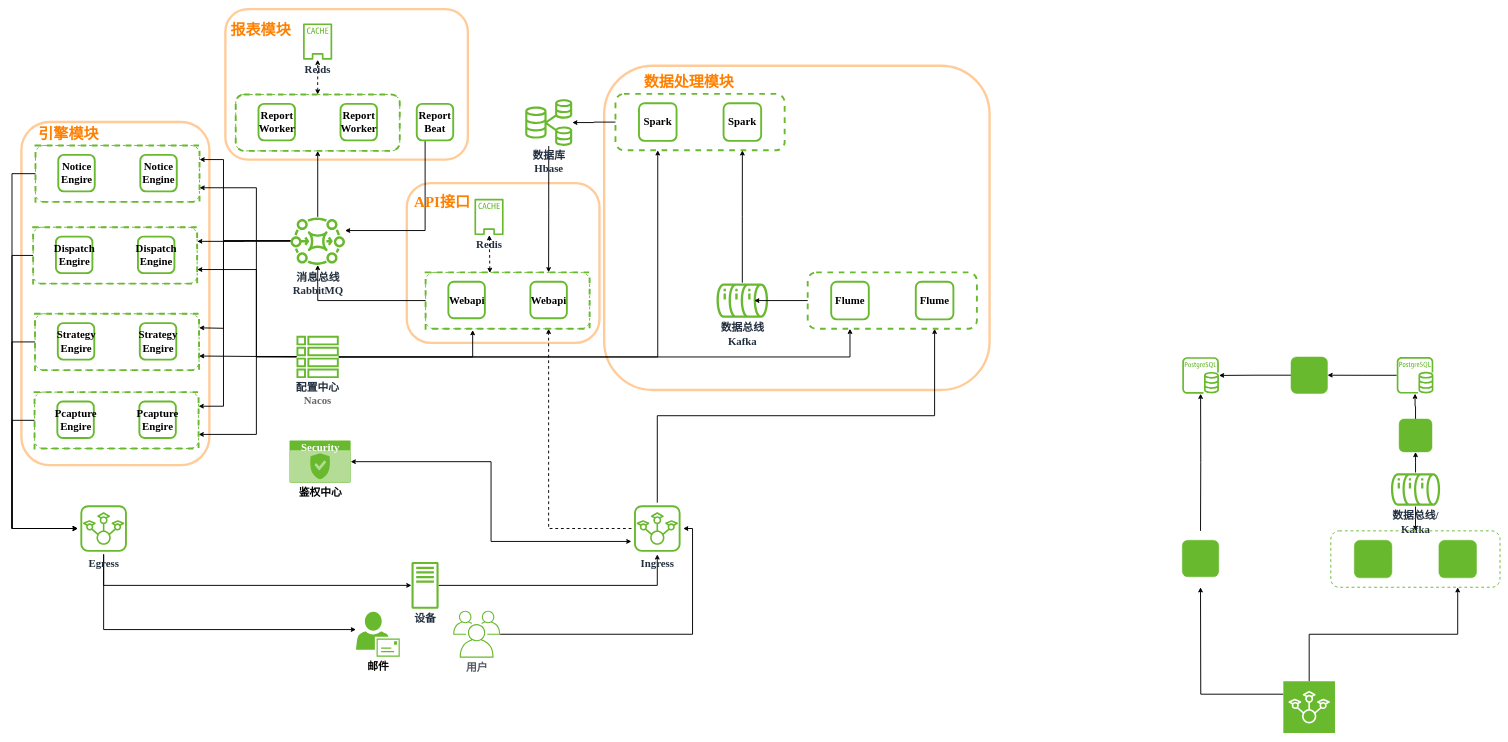
This is arch-2023.drawio from caihuayu0322/drawio-github, a draw.io file, before an edit. Source tidied: cells renumbered, new cells numbered last; positions are measured from the earlier drawing's top-left corner, leaving out a move shared by most shapes. Both pictures are drawn from the tidied source at 47%, with x=0, y=0 at pixel (12, 9).
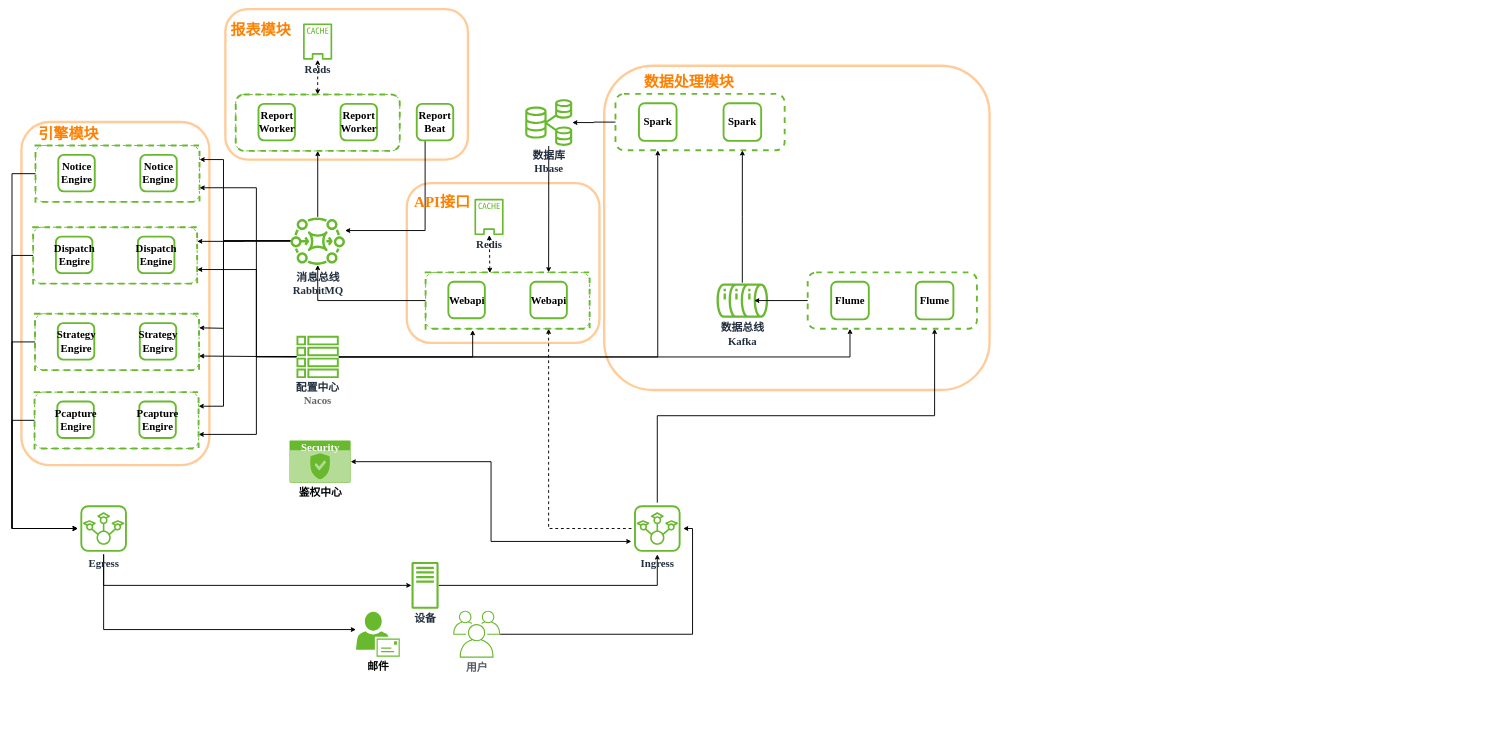
Above is the later version.

Change to the diagram source:
```diff
@@
-    <mxCell id="60" style="edgeStyle=orthogonalEdgeStyle;rounded=0;jettySize=auto;html=1;strokeColor=#000000;entryX=1;entryY=0.5;entryDx=0;entryDy=0;strokeWidth=2;fontStyle=1;fontFamily=Garamond;fontSize=23;" parent="1" edge="1" source="61" target="78">
-      <mxGeometry relative="1" as="geometry" />
-    </mxCell>
-    <mxCell id="61" style="sketch=0;outlineConnect=0;fontColor=#232F3E;gradientColor=none;fillColor=#68B92E;strokeColor=none;dashed=0;verticalLabelPosition=bottom;verticalAlign=top;align=center;html=1;fontSize=23;fontStyle=1;shape=mxgraph.aws4.rds_postgresql_instance;fontFamily=Garamond;" parent="1" vertex="1">
-      <mxGeometry x="2946.3" y="740" width="78" height="78" as="geometry" />
-    </mxCell>
-    <mxCell id="62" style="sketch=0;outlineConnect=0;fontColor=#232F3E;gradientColor=none;fillColor=#68B92E;strokeColor=none;dashed=0;verticalLabelPosition=bottom;verticalAlign=top;align=center;html=1;fontSize=23;fontStyle=1;shape=mxgraph.aws4.rds_postgresql_instance;fontFamily=Garamond;" parent="1" vertex="1">
-      <mxGeometry x="2490" y="740.3" width="78" height="78" as="geometry" />
-    </mxCell>
-    <mxCell id="63" style="edgeStyle=orthogonalEdgeStyle;rounded=0;jettySize=auto;html=1;exitX=0.5;exitY=1;exitDx=0;exitDy=0;exitPerimeter=0;entryX=0.75;entryY=1;entryDx=0;entryDy=0;strokeWidth=2;fontStyle=1;fontFamily=Garamond;fontSize=23;" parent="1" edge="1" source="65" target="73">
-      <mxGeometry relative="1" as="geometry" />
-    </mxCell>
-    <mxCell id="64" style="edgeStyle=orthogonalEdgeStyle;rounded=0;jettySize=auto;html=1;entryX=0.75;entryY=1;entryDx=0;entryDy=0;strokeColor=#000000;strokeWidth=2;exitX=1;exitY=0.75;exitDx=0;exitDy=0;exitPerimeter=0;fontStyle=1;fontFamily=Garamond;fontSize=23;" parent="1" edge="1" source="65">
-      <mxGeometry relative="1" as="geometry">
-        <mxPoint x="2528.8" y="1230" as="targetPoint" />
-      </mxGeometry>
-    </mxCell>
-    <mxCell id="65" style="sketch=0;points=[[0,0,0],[0.25,0,0],[0.5,0,0],[0.75,0,0],[1,0,0],[0,1,0],[0.25,1,0],[0.5,1,0],[0.75,1,0],[1,1,0],[0,0.25,0],[0,0.5,0],[0,0.75,0],[1,0.25,0],[1,0.5,0],[1,0.75,0]];outlineConnect=0;fontColor=#232F3E;gradientColor=none;gradientDirection=north;fillColor=#68B92E;strokeColor=#ffffff;dashed=0;verticalLabelPosition=bottom;verticalAlign=top;align=center;html=1;fontSize=23;fontStyle=1;shape=mxgraph.aws4.resourceIcon;resIcon=mxgraph.aws4.iot_sitewise;rounded=1;strokeWidth=2;direction=west;fontFamily=Garamond;" parent="1" vertex="1">
-      <mxGeometry x="2705" y="1430" width="110" height="110" as="geometry" />
-    </mxCell>
-    <mxCell id="66" style="edgeStyle=orthogonalEdgeStyle;rounded=0;jettySize=auto;html=1;strokeColor=#000000;strokeWidth=2;fontStyle=1;fontFamily=Garamond;fontSize=23;" parent="1" edge="1" source="68" target="73">
-      <mxGeometry relative="1" as="geometry" />
-    </mxCell>
-    <mxCell id="67" style="edgeStyle=orthogonalEdgeStyle;rounded=0;jettySize=auto;html=1;entryX=0.5;entryY=1;entryDx=0;entryDy=0;strokeColor=#000000;strokeWidth=2;fontStyle=1;fontFamily=Garamond;fontSize=23;" parent="1" edge="1" source="68" target="70">
-      <mxGeometry relative="1" as="geometry" />
-    </mxCell>
-    <mxCell id="68" value="数据总线/&lt;br style=&quot;font-size: 23px;&quot;&gt;Kafka" style="sketch=0;outlineConnect=0;fontColor=#232F3E;gradientColor=none;fillColor=#68B92E;strokeColor=none;dashed=0;verticalLabelPosition=bottom;verticalAlign=top;align=center;html=1;fontSize=23;fontStyle=1;shape=mxgraph.aws4.iot_analytics_data_store;rounded=1;strokeWidth=1;direction=south;shadow=0;perimeterSpacing=0;fontFamily=Garamond;" parent="1" vertex="1">
-      <mxGeometry x="2934" y="985.8" width="104.6" height="72.4" as="geometry" />
-    </mxCell>
-    <mxCell id="69" style="edgeStyle=orthogonalEdgeStyle;rounded=0;jettySize=auto;html=1;strokeColor=#000000;strokeWidth=2;fontStyle=1;fontFamily=Garamond;fontSize=23;" parent="1" edge="1" source="70" target="61">
-      <mxGeometry relative="1" as="geometry" />
-    </mxCell>
-    <mxCell id="70" style="whiteSpace=wrap;html=1;strokeColor=#68B92E;fillColor=#68B92E;gradientColor=#68B92E;rounded=1;fontStyle=1;fontFamily=Garamond;fontSize=23;" parent="1" vertex="1">
-      <mxGeometry x="2951.3" y="872" width="70" height="70" as="geometry" />
-    </mxCell>
-    <mxCell id="71" style="edgeStyle=orthogonalEdgeStyle;rounded=0;jettySize=auto;html=1;strokeColor=#000000;exitX=0;exitY=0.5;exitDx=0;exitDy=0;strokeWidth=2;fontStyle=1;fontFamily=Garamond;fontSize=23;" parent="1" edge="1" source="78" target="62">
-      <mxGeometry relative="1" as="geometry" />
-    </mxCell>
-    <mxCell id="72" style="group;fontStyle=1;fontFamily=Garamond;fontSize=23;" parent="1" vertex="1">
-      <mxGeometry x="2806" y="1110" width="360" height="120" as="geometry" />
-    </mxCell>
-    <mxCell id="73" style="rounded=1;whiteSpace=wrap;html=1;strokeColor=#68B92E;fillColor=none;gradientColor=#68B92E;dashed=1;strokeWidth=2;fontStyle=1;fontFamily=Garamond;fontSize=23;" parent="72" vertex="1">
-      <mxGeometry width="360" height="120" as="geometry" />
-    </mxCell>
-    <mxCell id="74" style="whiteSpace=wrap;html=1;strokeColor=#68B92E;fillColor=#68B92E;gradientColor=#68B92E;rounded=1;fontStyle=1;fontFamily=Garamond;fontSize=23;" parent="72" vertex="1">
-      <mxGeometry x="50" y="20" width="80" height="80" as="geometry" />
-    </mxCell>
-    <mxCell id="75" style="whiteSpace=wrap;html=1;strokeColor=#68B92E;fillColor=#68B92E;gradientColor=#68B92E;rounded=1;fontStyle=1;fontFamily=Garamond;fontSize=23;" parent="72" vertex="1">
-      <mxGeometry x="230" y="20" width="80" height="80" as="geometry" />
-    </mxCell>
-    <mxCell id="76" style="whiteSpace=wrap;html=1;strokeColor=#68B92E;fillColor=#68B92E;gradientColor=#68B92E;rounded=1;fontStyle=1;fontFamily=Garamond;fontSize=23;" parent="1" vertex="1">
-      <mxGeometry x="2490" y="1130" width="77.6" height="77.6" as="geometry" />
-    </mxCell>
-    <mxCell id="77" style="edgeStyle=orthogonalEdgeStyle;rounded=0;jettySize=auto;html=1;strokeColor=#000000;strokeWidth=2;exitX=0.75;exitY=0;exitDx=0;exitDy=0;fontStyle=1;fontFamily=Garamond;fontSize=23;" parent="1" edge="1" target="62">
-      <mxGeometry relative="1" as="geometry">
-        <mxPoint x="2528.8" y="1110" as="sourcePoint" />
-      </mxGeometry>
-    </mxCell>
-    <mxCell id="78" style="whiteSpace=wrap;html=1;strokeColor=#68B92E;fillColor=#68B92E;gradientColor=#68B92E;rounded=1;fontStyle=1;fontFamily=Garamond;fontSize=23;" parent="1" vertex="1">
-      <mxGeometry x="2721.3" y="740" width="77.6" height="77.6" as="geometry" />
-    </mxCell>
```
